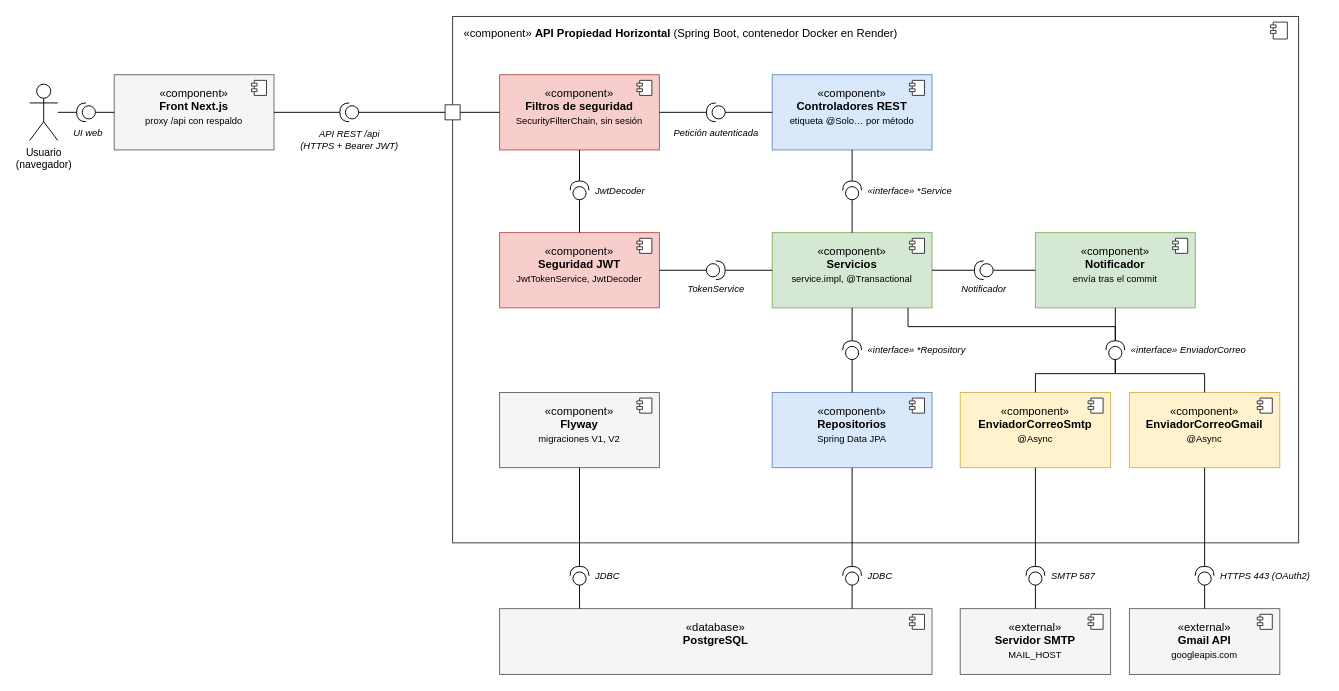
yor1008/propiedad-horizontal-back-end keeps this draw.io diagram as docs/diagramas/fuente/29-componentes.drawio.xml. Above is the earlier version. Source tidied: cells renumbered, new cells numbered last; positions are measured from the earlier drawing's top-left corner, leaving out a move shared by most shapes. Both pictures are drawn from the tidied source at 94%, with x=0, y=0 at pixel (29, 16).
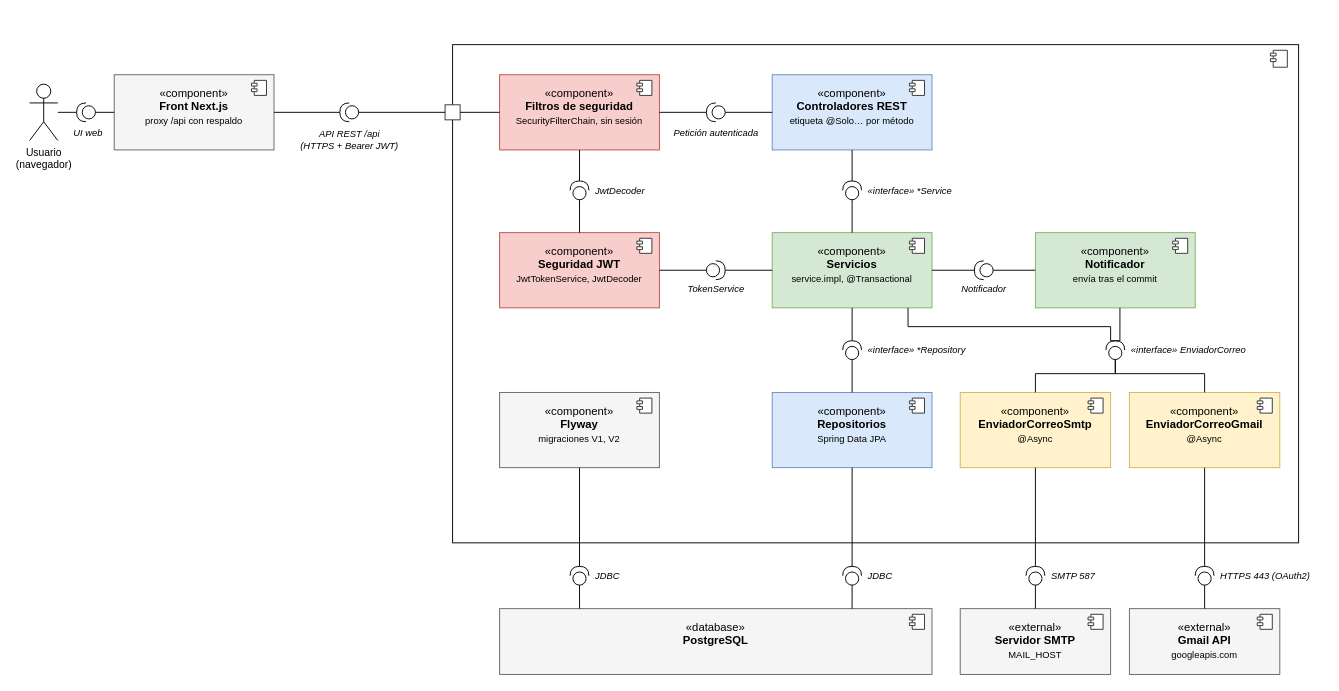
The same diagram, later.

Commit message (it also covers changes not shown here):
Aplica la correccion manual del diagrama de componentes

Toma la version editada en draw.io (contenedor sin titulo y reubicado), mete el icono del contenedor dentro de la caja y regenera el SVG del README.

Unchanged cells that the change refers to:
```xml
<mxCell id="13" value="&amp;laquo;component&amp;raquo;&lt;br&gt;&lt;b&gt;Servicios&lt;/b&gt;&lt;br&gt;&lt;font style=&quot;font-size:10px&quot;&gt;service.impl, @Transactional&lt;/font&gt;" style="rounded=0;whiteSpace=wrap;html=1;verticalAlign=top;spacingTop=6;fontSize=12;fillColor=#d5e8d4;strokeColor=#82b366;" parent="1" vertex="1">
  <mxGeometry x="790" y="230" width="170" height="80" as="geometry" />
</mxCell>
<mxCell id="15" value="&amp;laquo;component&amp;raquo;&lt;br&gt;&lt;b&gt;Notificador&lt;/b&gt;&lt;br&gt;&lt;font style=&quot;font-size:10px&quot;&gt;envía tras el commit&lt;/font&gt;" style="rounded=0;whiteSpace=wrap;html=1;verticalAlign=top;spacingTop=6;fontSize=12;fillColor=#d5e8d4;strokeColor=#82b366;" parent="1" vertex="1">
  <mxGeometry x="1070" y="230" width="170" height="80" as="geometry" />
</mxCell>
<mxCell id="40" style="shape=providedRequiredInterface;html=1;verticalLabelPosition=bottom;sketch=0;rotation=270;" parent="1" vertex="1">
  <mxGeometry x="1145" y="345" width="20" height="20" as="geometry" />
</mxCell>
```

The edit, as a diff of the source:
```diff
@@
-    <mxCell id="2" value="&amp;laquo;component&amp;raquo; &lt;b&gt;API Propiedad Horizontal&lt;/b&gt; (Spring Boot, contenedor Docker en Render)" style="rounded=0;whiteSpace=wrap;html=1;verticalAlign=top;align=left;spacingLeft=10;spacingTop=4;fillColor=none;strokeColor=#333333;fontSize=12;" parent="1" vertex="1">
-      <mxGeometry x="450" width="900" height="560" as="geometry" />
+    <mxCell id="2" style="rounded=0;whiteSpace=wrap;html=1;verticalAlign=top;align=left;spacingLeft=10;spacingTop=4;fontSize=12;" parent="1" vertex="1">
+      <mxGeometry x="450" y="30" width="900" height="530" as="geometry" />
     </mxCell>
     <mxCell id="3" style="shape=module;jettyWidth=6;jettyHeight=3;html=1;fillColor=#ffffff;strokeColor=#333333;" parent="1" vertex="1">
-      <mxGeometry x="1320" y="6" width="18" height="18" as="geometry" />
+      <mxGeometry x="1320" y="36" width="18" height="18" as="geometry" />
     </mxCell>
@@
-    <mxCell id="75" style="endArrow=none;html=1;rounded=0;edgeStyle=orthogonalEdgeStyle;exitX=0.5;exitY=1;entryX=1;entryY=0.5;" parent="1" edge="1" source="15" target="40">
-      <mxGeometry relative="1" as="geometry" />
+    <mxCell id="75" style="endArrow=none;html=1;rounded=0;edgeStyle=orthogonalEdgeStyle;exitX=0.529;exitY=1;entryX=1;entryY=0.5;exitDx=0;exitDy=0;exitPerimeter=0;" parent="1" edge="1" source="15" target="40">
+      <mxGeometry x="0.15" relative="1" as="geometry">
+        <Array as="points">
+          <mxPoint x="1160" y="345" />
+        </Array>
+      </mxGeometry>
     </mxCell>
     <mxCell id="76" style="endArrow=none;html=1;rounded=0;edgeStyle=orthogonalEdgeStyle;exitX=0.85;exitY=1;entryX=1;entryY=0.5;" parent="1" edge="1" source="13" target="40">
       <mxGeometry relative="1" as="geometry">
         <Array as="points">
           <mxPoint x="934.5" y="330" />
-          <mxPoint x="1155" y="330" />
+          <mxPoint x="1150" y="330" />
+          <mxPoint x="1150" y="345" />
         </Array>
       </mxGeometry>
     </mxCell>
```
